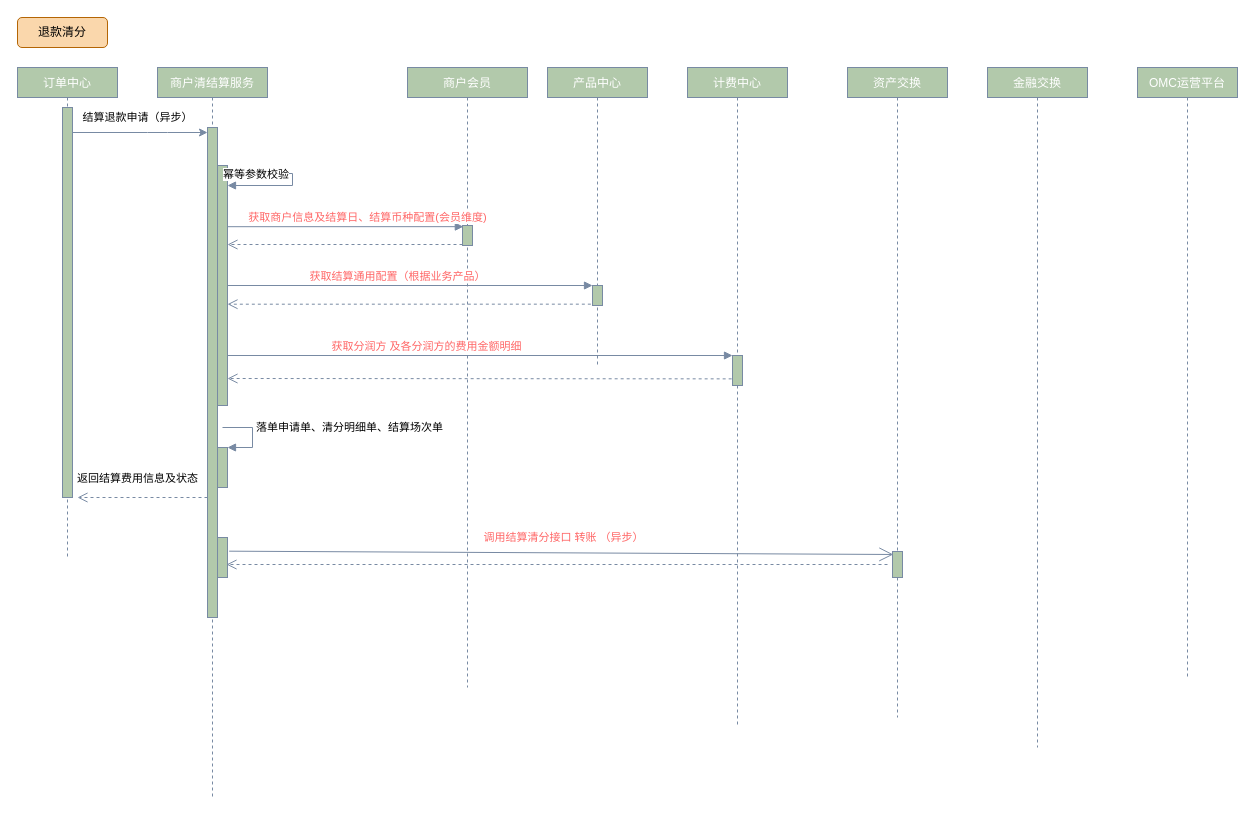
Above: merchant-settle/退款.drawio in DominicElvira/Diagrams (draw.io), before the change. Source tidied: cells renumbered, new cells numbered last; positions are measured from the earlier drawing's top-left corner, leaving out a move shared by most shapes. Both pictures are drawn from the tidied source at 100%, with x=0, y=0 at pixel (17, 17).
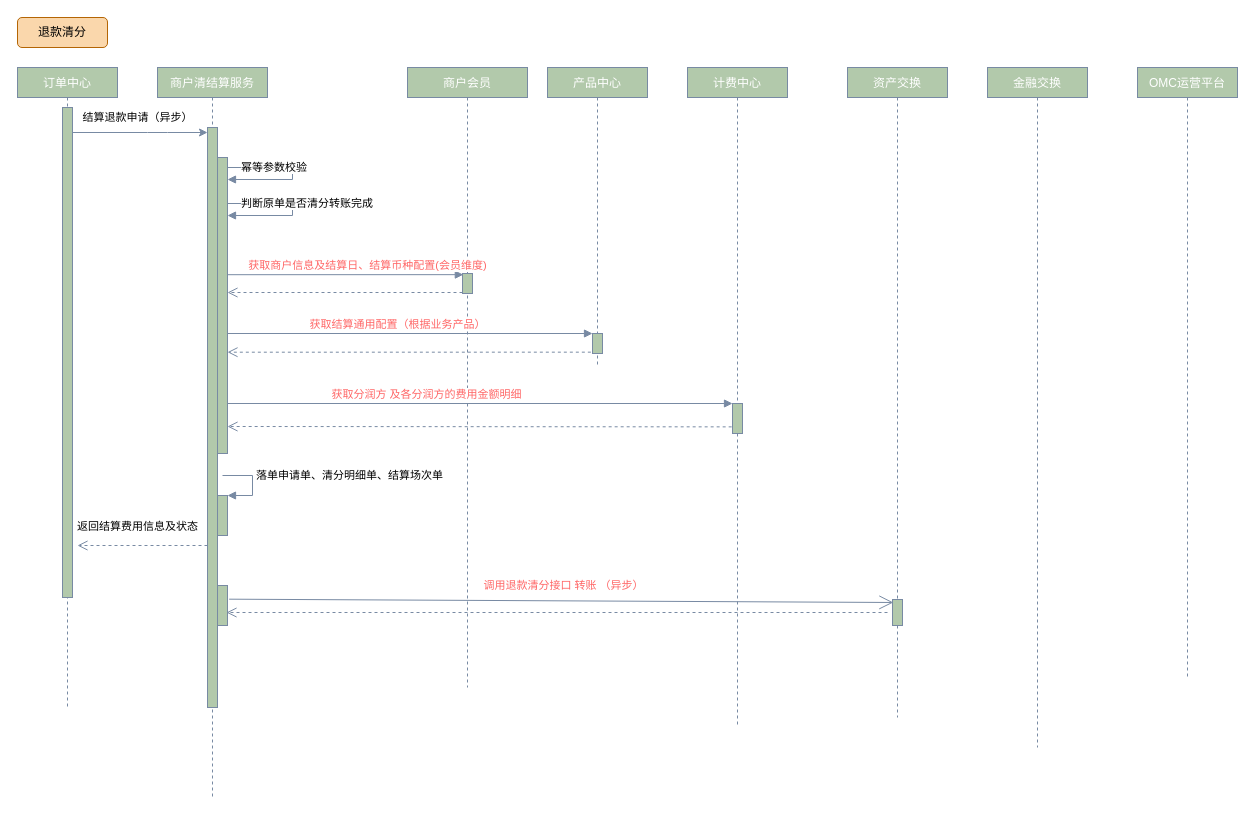
Above is the later version.

The change refers to these unchanged cells:
```xml
<mxCell id="4" value="商户清结算服务" style="shape=umlLifeline;perimeter=lifelinePerimeter;shadow=0;strokeWidth=1;fillColor=#B2C9AB;strokeColor=#788AA3;fontColor=#FFFFFF;rounded=0;size=30;" parent="1" vertex="1">
  <mxGeometry x="140" y="50" width="110" height="730" as="geometry" />
</mxCell>
<mxCell id="12" value="计费中心" style="shape=umlLifeline;perimeter=lifelinePerimeter;shadow=0;strokeWidth=1;fillColor=#B2C9AB;strokeColor=#788AA3;fontColor=#FFFFFF;rounded=0;size=30;" parent="1" vertex="1">
  <mxGeometry x="670" y="50" width="100" height="660" as="geometry" />
</mxCell>
<mxCell id="14" value="资产交换" style="shape=umlLifeline;perimeter=lifelinePerimeter;shadow=0;strokeWidth=1;fillColor=#B2C9AB;strokeColor=#788AA3;fontColor=#FFFFFF;rounded=0;size=30;" parent="1" vertex="1">
  <mxGeometry x="830" y="50" width="100" height="650" as="geometry" />
</mxCell>
<mxCell id="16" value="商户会员" style="shape=umlLifeline;perimeter=lifelinePerimeter;shadow=0;strokeWidth=1;fillColor=#B2C9AB;strokeColor=#788AA3;fontColor=#FFFFFF;rounded=0;size=30;" parent="1" vertex="1">
  <mxGeometry x="390" y="50" width="120" height="620" as="geometry" />
</mxCell>
<mxCell id="22" value="产品中心" style="shape=umlLifeline;perimeter=lifelinePerimeter;shadow=0;strokeWidth=1;fillColor=#B2C9AB;strokeColor=#788AA3;fontColor=#FFFFFF;rounded=0;size=30;" parent="1" vertex="1">
  <mxGeometry x="530" y="50" width="100" height="300" as="geometry" />
</mxCell>
```

Diff of the diagram source:
```diff
@@
     <mxCell id="2" value="订单中心" style="shape=umlLifeline;perimeter=lifelinePerimeter;shadow=0;strokeWidth=1;fillColor=#B2C9AB;strokeColor=#788AA3;fontColor=#FFFFFF;rounded=0;size=30;" parent="1" vertex="1">
-      <mxGeometry y="50" width="100" height="490" as="geometry" />
+      <mxGeometry y="50" width="100" height="640" as="geometry" />
     </mxCell>
     <mxCell id="3" style="points=[];perimeter=orthogonalPerimeter;shadow=0;strokeWidth=1;fillColor=#B2C9AB;strokeColor=#788AA3;fontColor=#46495D;rounded=0;" parent="2" vertex="1">
-      <mxGeometry x="45" y="40" width="10" height="390" as="geometry" />
+      <mxGeometry x="45" y="40" width="10" height="490" as="geometry" />
     </mxCell>
@@
     <mxCell id="5" style="points=[];perimeter=orthogonalPerimeter;shadow=0;strokeWidth=1;fillColor=#B2C9AB;strokeColor=#788AA3;fontColor=#46495D;rounded=0;" parent="4" vertex="1">
-      <mxGeometry x="50" y="60" width="10" height="490" as="geometry" />
+      <mxGeometry x="50" y="60" width="10" height="580" as="geometry" />
     </mxCell>
     <mxCell id="6" style="html=1;points=[];perimeter=orthogonalPerimeter;fontSize=11;fontColor=#000000;strokeColor=#788AA3;fillColor=#B2C9AB;" parent="4" vertex="1">
-      <mxGeometry x="60" y="98" width="10" height="240" as="geometry" />
+      <mxGeometry x="60" y="90" width="10" height="296" as="geometry" />
     </mxCell>
-    <mxCell id="7" value="幂等参数校验" style="edgeStyle=orthogonalEdgeStyle;html=1;align=left;spacingLeft=2;endArrow=block;rounded=0;fontSize=11;fontColor=#000000;strokeColor=#788AA3;fillColor=#B2C9AB;curved=0;exitX=1.003;exitY=0.207;exitDx=0;exitDy=0;exitPerimeter=0;" parent="4" edge="1" source="6" target="6">
-      <mxGeometry x="-0.55" y="8" relative="1" as="geometry">
+    <mxCell id="7" value="幂等参数校验" style="edgeStyle=orthogonalEdgeStyle;html=1;align=left;spacingLeft=2;endArrow=block;rounded=0;fontSize=11;fontColor=#000000;strokeColor=#788AA3;fillColor=#B2C9AB;curved=0;exitX=1.003;exitY=0.207;exitDx=0;exitDy=0;exitPerimeter=0;" parent="4" edge="1">
+      <mxGeometry x="-0.82" relative="1" as="geometry">
+        <mxPoint x="70" y="97.3" as="sourcePoint" />
+        <mxPoint x="70" y="112" as="targetPoint" />
         <Array as="points">
-          <mxPoint x="135" y="106" />
-          <mxPoint x="135" y="118" />
+          <mxPoint x="135" y="100" />
+          <mxPoint x="135" y="112" />
         </Array>
       </mxGeometry>
     </mxCell>
     <mxCell id="8" style="html=1;points=[];perimeter=orthogonalPerimeter;fontSize=11;fontColor=#000000;strokeColor=#788AA3;fillColor=#B2C9AB;" parent="4" vertex="1">
-      <mxGeometry x="60" y="380" width="10" height="40" as="geometry" />
+      <mxGeometry x="60" y="428" width="10" height="40" as="geometry" />
     </mxCell>
     <mxCell id="9" value="落单申请单、清分明细单、结算场次单" style="edgeStyle=orthogonalEdgeStyle;html=1;align=left;spacingLeft=2;endArrow=block;rounded=0;entryX=1;entryY=0;fontSize=11;fontColor=#000000;strokeColor=#788AA3;strokeWidth=1;fillColor=#B2C9AB;curved=0;jumpStyle=none;" parent="4" edge="1" target="8">
       <mxGeometry x="-0.2" relative="1" as="geometry">
-        <mxPoint x="65" y="360" as="sourcePoint" />
+        <mxPoint x="65" y="408" as="sourcePoint" />
         <Array as="points">
-          <mxPoint x="95" y="360" />
+          <mxPoint x="95" y="408" />
         </Array>
       </mxGeometry>
     </mxCell>
     <mxCell id="10" value="返回结算费用信息及状态" style="html=1;verticalAlign=bottom;endArrow=open;dashed=1;endSize=8;fontSize=11;fontColor=#000000;strokeColor=#788AA3;strokeWidth=1;fillColor=#B2C9AB;curved=0;jumpStyle=none;" parent="4" edge="1">
       <mxGeometry x="0.08" y="-10" relative="1" as="geometry">
-        <mxPoint x="50" y="430" as="sourcePoint" />
-        <mxPoint x="-80" y="430" as="targetPoint" />
+        <mxPoint x="50" y="478" as="sourcePoint" />
+        <mxPoint x="-80" y="478" as="targetPoint" />
       </mxGeometry>
     </mxCell>
     <mxCell id="11" style="html=1;points=[];perimeter=orthogonalPerimeter;fontSize=11;fontColor=#000000;strokeColor=#788AA3;fillColor=#B2C9AB;" parent="4" vertex="1">
-      <mxGeometry x="60" y="470" width="10" height="40" as="geometry" />
+      <mxGeometry x="60" y="518" width="10" height="40" as="geometry" />
     </mxCell>
@@
     <mxCell id="13" style="html=1;points=[];perimeter=orthogonalPerimeter;fontSize=11;fontColor=#000000;strokeColor=#788AA3;fillColor=#B2C9AB;" parent="12" vertex="1">
-      <mxGeometry x="45" y="288" width="10" height="30" as="geometry" />
+      <mxGeometry x="45" y="336" width="10" height="30" as="geometry" />
     </mxCell>
@@
     <mxCell id="15" style="html=1;points=[];perimeter=orthogonalPerimeter;fontSize=11;fontColor=#000000;strokeColor=#788AA3;fillColor=#B2C9AB;" parent="14" vertex="1">
-      <mxGeometry x="45" y="484" width="10" height="26" as="geometry" />
+      <mxGeometry x="45" y="532" width="10" height="26" as="geometry" />
     </mxCell>
@@
     <mxCell id="17" style="html=1;points=[];perimeter=orthogonalPerimeter;fontSize=11;fontColor=#000000;strokeColor=#788AA3;fillColor=#B2C9AB;" parent="16" vertex="1">
-      <mxGeometry x="55" y="158" width="10" height="20" as="geometry" />
+      <mxGeometry x="55" y="206" width="10" height="20" as="geometry" />
     </mxCell>
@@
     <mxCell id="20" value="&lt;font color=&quot;#ff6666&quot;&gt;获取商户信息及结算日、结算币种配置(会员维度)&lt;/font&gt;" style="html=1;verticalAlign=bottom;endArrow=block;fontSize=11;fontColor=#000000;strokeColor=#788AA3;fillColor=#B2C9AB;curved=0;entryX=0.083;entryY=0.058;entryDx=0;entryDy=0;entryPerimeter=0;strokeWidth=1;jumpStyle=none;" parent="1" edge="1" target="17">
       <mxGeometry x="0.19" relative="1" as="geometry">
-        <mxPoint x="210" y="209.2" as="sourcePoint" />
+        <mxPoint x="210" y="257.2" as="sourcePoint" />
       </mxGeometry>
     </mxCell>
     <mxCell id="21" style="html=1;verticalAlign=bottom;endArrow=open;dashed=1;endSize=8;exitX=0;exitY=0.95;fontSize=11;fontColor=#000000;strokeColor=#788AA3;fillColor=#B2C9AB;curved=0;" parent="1" edge="1" source="17">
       <mxGeometry x="0.28" y="-1" relative="1" as="geometry">
-        <mxPoint x="210" y="227" as="targetPoint" />
+        <mxPoint x="210" y="275" as="targetPoint" />
       </mxGeometry>
     </mxCell>
@@
     <mxCell id="23" style="html=1;points=[];perimeter=orthogonalPerimeter;fontSize=11;fontColor=#000000;strokeColor=#788AA3;fillColor=#B2C9AB;" parent="22" vertex="1">
-      <mxGeometry x="45" y="218" width="10" height="20" as="geometry" />
+      <mxGeometry x="45" y="266" width="10" height="20" as="geometry" />
     </mxCell>
     <mxCell id="24" value="&lt;font color=&quot;#ff6666&quot;&gt;获取结算通用配置（根据&lt;/font&gt;&lt;span style=&quot;color: rgb(255 , 102 , 102)&quot;&gt;业务产品&lt;/span&gt;&lt;font color=&quot;#ff6666&quot;&gt;）&lt;/font&gt;" style="html=1;verticalAlign=bottom;endArrow=block;entryX=0;entryY=0;fontSize=11;fontColor=#000000;strokeColor=#788AA3;fillColor=#B2C9AB;curved=0;jumpStyle=none;" parent="1" edge="1">
       <mxGeometry x="-0.07" relative="1" as="geometry">
-        <mxPoint x="210" y="268" as="sourcePoint" />
-        <mxPoint x="575" y="268" as="targetPoint" />
+        <mxPoint x="210" y="316" as="sourcePoint" />
+        <mxPoint x="575" y="316" as="targetPoint" />
       </mxGeometry>
     </mxCell>
     <mxCell id="25" style="html=1;verticalAlign=bottom;endArrow=open;dashed=1;endSize=8;fontSize=11;fontColor=#000000;strokeColor=#788AA3;fillColor=#B2C9AB;curved=0;exitX=-0.167;exitY=0.933;exitDx=0;exitDy=0;exitPerimeter=0;" parent="1" edge="1" source="23">
       <mxGeometry x="0.12" y="32" relative="1" as="geometry">
-        <mxPoint x="210" y="286.7" as="targetPoint" />
+        <mxPoint x="210" y="334.7" as="targetPoint" />
       </mxGeometry>
     </mxCell>
     <mxCell id="26" value="&lt;font color=&quot;#ff6666&quot;&gt;获取分润方 及各分润方的费用金额明细&lt;/font&gt;" style="html=1;verticalAlign=bottom;endArrow=block;entryX=0;entryY=0;fontSize=11;fontColor=#000000;strokeColor=#788AA3;strokeWidth=1;fillColor=#B2C9AB;curved=0;jumpStyle=none;" parent="1" edge="1" target="13">
       <mxGeometry x="-0.21" relative="1" as="geometry">
-        <mxPoint x="210" y="338" as="sourcePoint" />
+        <mxPoint x="210" y="386" as="sourcePoint" />
       </mxGeometry>
     </mxCell>
     <mxCell id="27" style="html=1;verticalAlign=bottom;endArrow=open;dashed=1;endSize=8;fontSize=11;fontColor=#000000;strokeColor=#788AA3;strokeWidth=1;fillColor=#B2C9AB;curved=0;jumpStyle=none;exitX=-0.083;exitY=0.779;exitDx=0;exitDy=0;exitPerimeter=0;" parent="1" edge="1" source="13">
       <mxGeometry relative="1" as="geometry">
-        <mxPoint x="210" y="361" as="targetPoint" />
+        <mxPoint x="210" y="409" as="targetPoint" />
       </mxGeometry>
     </mxCell>
-    <mxCell id="28" value="&lt;font color=&quot;#ff6666&quot;&gt;调用结算清分接口 转账 （异步）&lt;/font&gt;" style="html=1;verticalAlign=bottom;endArrow=open;dashed=1;endSize=8;fontSize=11;fontColor=#000000;strokeColor=#788AA3;strokeWidth=1;fillColor=#B2C9AB;curved=0;jumpStyle=none;entryX=0.9;entryY=0.675;entryDx=0;entryDy=0;entryPerimeter=0;" parent="1" edge="1" target="11">
+    <mxCell id="28" value="&lt;font color=&quot;#ff6666&quot;&gt;调用退款清分接口 转账 （异步）&lt;/font&gt;" style="html=1;verticalAlign=bottom;endArrow=open;dashed=1;endSize=8;fontSize=11;fontColor=#000000;strokeColor=#788AA3;strokeWidth=1;fillColor=#B2C9AB;curved=0;jumpStyle=none;entryX=0.9;entryY=0.675;entryDx=0;entryDy=0;entryPerimeter=0;" parent="1" edge="1" target="11">
       <mxGeometry x="-0.02" y="-18" relative="1" as="geometry">
-        <mxPoint x="870" y="547" as="sourcePoint" />
+        <mxPoint x="870" y="595" as="sourcePoint" />
       </mxGeometry>
     </mxCell>
@@
+    <mxCell id="33" value="判断原单是否清分转账完成" style="edgeStyle=orthogonalEdgeStyle;html=1;align=left;spacingLeft=2;endArrow=block;rounded=0;fontSize=11;fontColor=#000000;strokeColor=#788AA3;fillColor=#B2C9AB;curved=0;exitX=1.003;exitY=0.207;exitDx=0;exitDy=0;exitPerimeter=0;" parent="1" edge="1">
+      <mxGeometry x="-0.82" relative="1" as="geometry">
+        <mxPoint x="210" y="183.3" as="sourcePoint" />
+        <mxPoint x="210" y="198" as="targetPoint" />
+        <Array as="points">
+          <mxPoint x="275" y="186" />
+          <mxPoint x="275" y="198" />
+        </Array>
+      </mxGeometry>
+    </mxCell>
```
